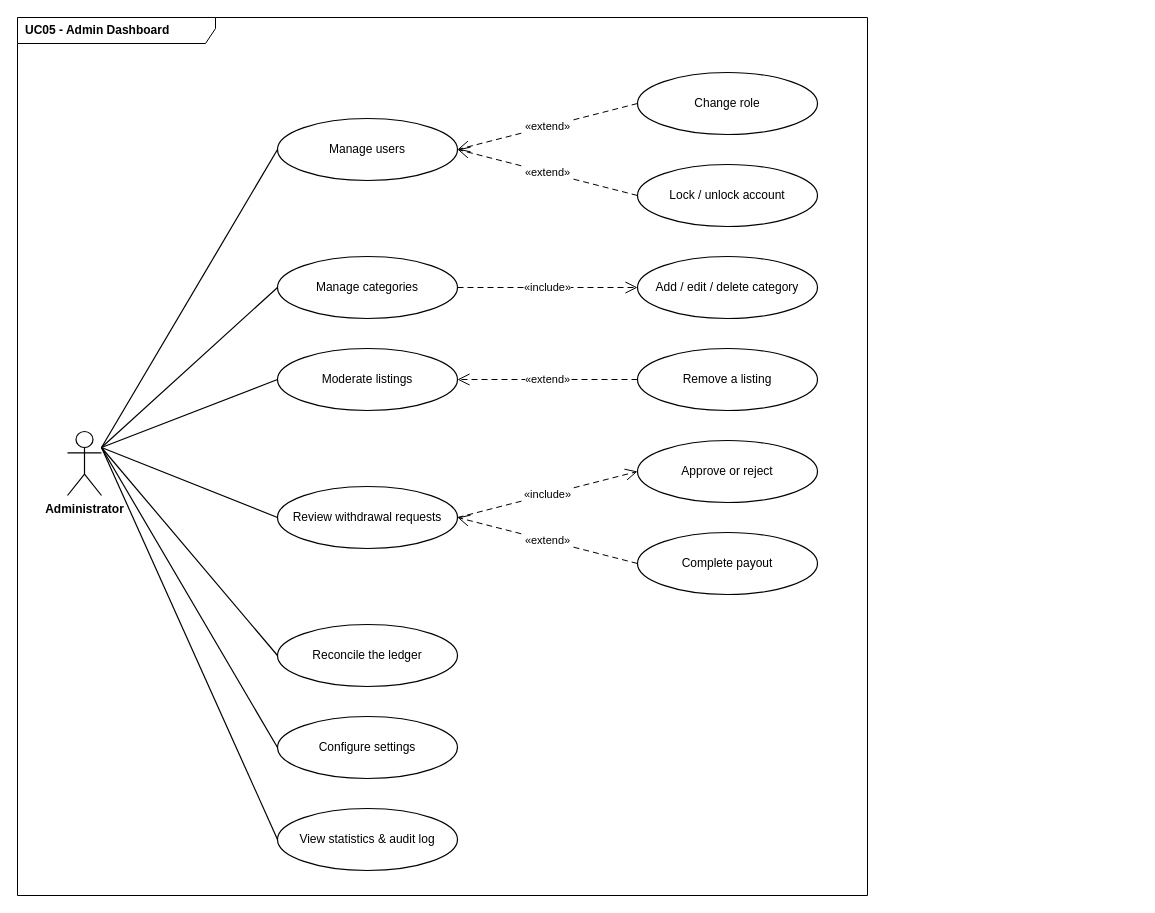
The draw.io diagram page "UC06 - Messaging & Notifications" (7 of 7) of docs/system-design/drawio/05-use-case-diagram.drawio in tdat-dev/Zoldify_Backend, before the edit. Source tidied: cells renumbered, new cells numbered last; positions are measured from the earlier drawing's top-left corner, leaving out a move shared by most shapes. Both pictures are drawn from the tidied source at 100%, with x=0, y=0 at pixel (17, 17).
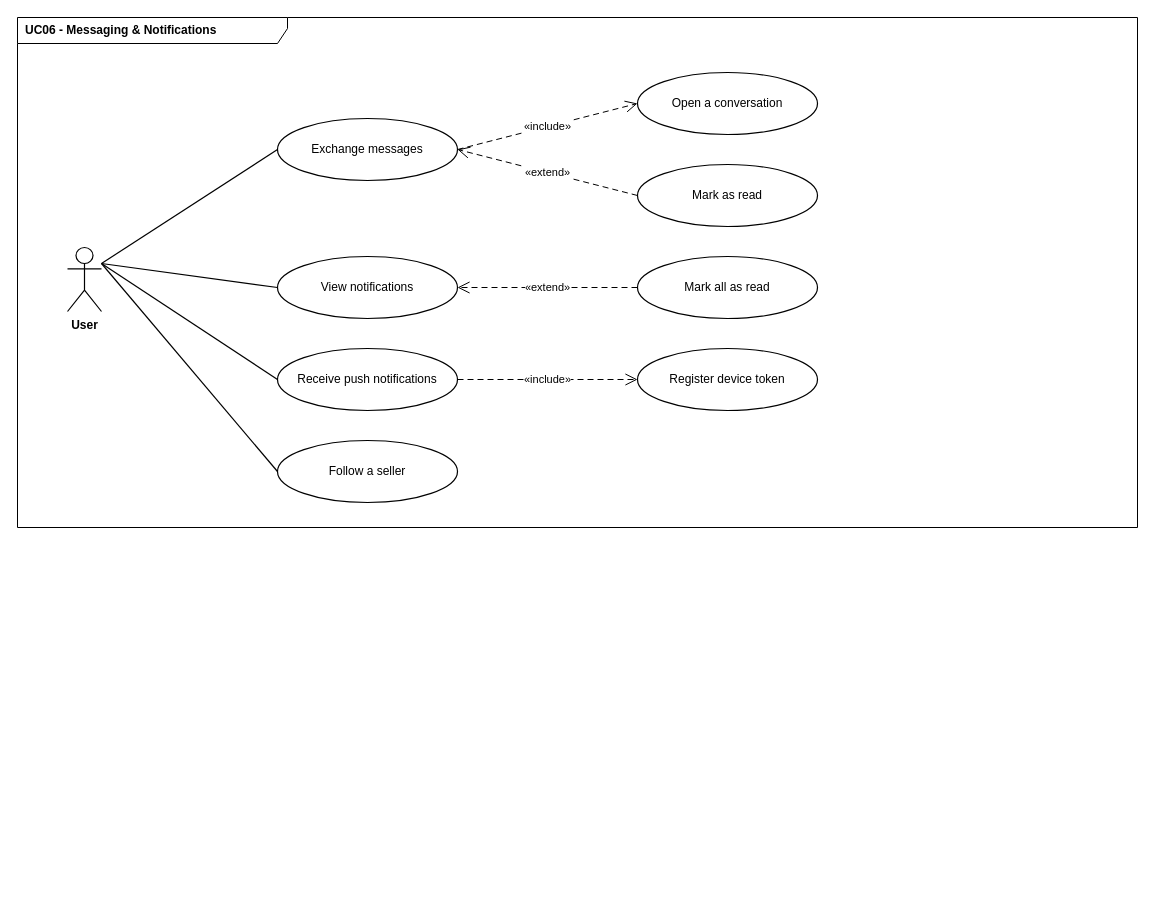
The same page after the edit.

Change to the diagram source:
```diff
@@
-    <mxCell id="2" value="UC05 - Admin Dashboard" style="shape=umlFrame;whiteSpace=wrap;html=1;fillColor=none;strokeColor=#000000;fontSize=12;fontStyle=1;verticalAlign=top;align=left;spacingLeft=6;spacingTop=-1;height=26;fontFamily=Helvetica;fontColor=#000000;width=198;" parent="1" vertex="1">
-      <mxGeometry width="850" height="878" as="geometry" />
+    <mxCell id="2" value="UC06 - Messaging &amp; Notifications" style="shape=umlFrame;whiteSpace=wrap;html=1;fillColor=none;strokeColor=#000000;fontSize=12;fontStyle=1;verticalAlign=top;align=left;spacingLeft=6;spacingTop=-1;height=26;fontFamily=Helvetica;fontColor=#000000;width=270;" parent="1" vertex="1">
+      <mxGeometry width="1120" height="510" as="geometry" />
     </mxCell>
-    <mxCell id="3" value="Administrator" style="shape=umlActor;verticalLabelPosition=bottom;verticalAlign=top;html=1;outlineConnect=0;fontSize=12;fontStyle=1;fillColor=#FFFFFF;strokeColor=#000000;strokeWidth=1.2;fontFamily=Helvetica;fontColor=#000000;" parent="1" vertex="1">
-      <mxGeometry x="50" y="414" width="34" height="64" as="geometry" />
+    <mxCell id="3" value="User" style="shape=umlActor;verticalLabelPosition=bottom;verticalAlign=top;html=1;outlineConnect=0;fontSize=12;fontStyle=1;fillColor=#FFFFFF;strokeColor=#000000;strokeWidth=1.2;fontFamily=Helvetica;fontColor=#000000;" parent="1" vertex="1">
+      <mxGeometry x="50" y="230" width="34" height="64" as="geometry" />
     </mxCell>
-    <mxCell id="4" value="Manage users" style="ellipse;whiteSpace=wrap;html=1;fontSize=12;fillColor=#FFFFFF;strokeColor=#000000;strokeWidth=1.2;spacing=8;fontFamily=Helvetica;fontColor=#000000;" parent="1" vertex="1">
+    <mxCell id="4" value="Exchange messages" style="ellipse;whiteSpace=wrap;html=1;fontSize=12;fillColor=#FFFFFF;strokeColor=#000000;strokeWidth=1.2;spacing=8;fontFamily=Helvetica;fontColor=#000000;" parent="1" vertex="1">
       <mxGeometry x="260" y="101" width="180" height="62" as="geometry" />
     </mxCell>
@@
-    <mxCell id="6" value="Change role" style="ellipse;whiteSpace=wrap;html=1;fontSize=12;fillColor=#FFFFFF;strokeColor=#000000;strokeWidth=1.2;spacing=8;fontFamily=Helvetica;fontColor=#000000;" parent="1" vertex="1">
+    <mxCell id="6" value="Open a conversation" style="ellipse;whiteSpace=wrap;html=1;fontSize=12;fillColor=#FFFFFF;strokeColor=#000000;strokeWidth=1.2;spacing=8;fontFamily=Helvetica;fontColor=#000000;" parent="1" vertex="1">
       <mxGeometry x="620" y="55" width="180" height="62" as="geometry" />
     </mxCell>
-    <mxCell id="7" value="«extend»" style="edgeStyle=none;html=1;rounded=0;dashed=1;dashPattern=6 4;endArrow=open;endFill=0;endSize=10;strokeColor=#000000;strokeWidth=1;fontSize=11;labelBackgroundColor=#FFFFFF;fontFamily=Helvetica;fontColor=#000000;exitX=0;exitY=0.5;exitDx=0;exitDy=0;exitPerimeter=0;entryX=1;entryY=0.5;entryDx=0;entryDy=0;entryPerimeter=0;" parent="1" edge="1" source="6" target="4">
+    <mxCell id="7" value="«include»" style="edgeStyle=none;html=1;rounded=0;dashed=1;dashPattern=6 4;endArrow=open;endFill=0;endSize=10;strokeColor=#000000;strokeWidth=1;fontSize=11;labelBackgroundColor=#FFFFFF;fontFamily=Helvetica;fontColor=#000000;exitX=1;exitY=0.5;exitDx=0;exitDy=0;exitPerimeter=0;entryX=0;entryY=0.5;entryDx=0;entryDy=0;entryPerimeter=0;" parent="1" edge="1" source="4" target="6">
       <mxGeometry relative="1" as="geometry" />
     </mxCell>
-    <mxCell id="8" value="Lock / unlock account" style="ellipse;whiteSpace=wrap;html=1;fontSize=12;fillColor=#FFFFFF;strokeColor=#000000;strokeWidth=1.2;spacing=8;fontFamily=Helvetica;fontColor=#000000;" parent="1" vertex="1">
+    <mxCell id="8" value="Mark as read" style="ellipse;whiteSpace=wrap;html=1;fontSize=12;fillColor=#FFFFFF;strokeColor=#000000;strokeWidth=1.2;spacing=8;fontFamily=Helvetica;fontColor=#000000;" parent="1" vertex="1">
       <mxGeometry x="620" y="147" width="180" height="62" as="geometry" />
     </mxCell>
@@
-    <mxCell id="10" value="Manage categories" style="ellipse;whiteSpace=wrap;html=1;fontSize=12;fillColor=#FFFFFF;strokeColor=#000000;strokeWidth=1.2;spacing=8;fontFamily=Helvetica;fontColor=#000000;" parent="1" vertex="1">
+    <mxCell id="10" value="View notifications" style="ellipse;whiteSpace=wrap;html=1;fontSize=12;fillColor=#FFFFFF;strokeColor=#000000;strokeWidth=1.2;spacing=8;fontFamily=Helvetica;fontColor=#000000;" parent="1" vertex="1">
       <mxGeometry x="260" y="239" width="180" height="62" as="geometry" />
     </mxCell>
@@
-    <mxCell id="12" value="Add / edit / delete category" style="ellipse;whiteSpace=wrap;html=1;fontSize=12;fillColor=#FFFFFF;strokeColor=#000000;strokeWidth=1.2;spacing=8;fontFamily=Helvetica;fontColor=#000000;" parent="1" vertex="1">
+    <mxCell id="12" value="Mark all as read" style="ellipse;whiteSpace=wrap;html=1;fontSize=12;fillColor=#FFFFFF;strokeColor=#000000;strokeWidth=1.2;spacing=8;fontFamily=Helvetica;fontColor=#000000;" parent="1" vertex="1">
       <mxGeometry x="620" y="239" width="180" height="62" as="geometry" />
     </mxCell>
-    <mxCell id="13" value="«include»" style="edgeStyle=none;html=1;rounded=0;dashed=1;dashPattern=6 4;endArrow=open;endFill=0;endSize=10;strokeColor=#000000;strokeWidth=1;fontSize=11;labelBackgroundColor=#FFFFFF;fontFamily=Helvetica;fontColor=#000000;exitX=1;exitY=0.5;exitDx=0;exitDy=0;exitPerimeter=0;entryX=0;entryY=0.5;entryDx=0;entryDy=0;entryPerimeter=0;" parent="1" edge="1" source="10" target="12">
+    <mxCell id="13" value="«extend»" style="edgeStyle=none;html=1;rounded=0;dashed=1;dashPattern=6 4;endArrow=open;endFill=0;endSize=10;strokeColor=#000000;strokeWidth=1;fontSize=11;labelBackgroundColor=#FFFFFF;fontFamily=Helvetica;fontColor=#000000;exitX=0;exitY=0.5;exitDx=0;exitDy=0;exitPerimeter=0;entryX=1;entryY=0.5;entryDx=0;entryDy=0;entryPerimeter=0;" parent="1" edge="1" source="12" target="10">
       <mxGeometry relative="1" as="geometry" />
     </mxCell>
-    <mxCell id="14" value="Moderate listings" style="ellipse;whiteSpace=wrap;html=1;fontSize=12;fillColor=#FFFFFF;strokeColor=#000000;strokeWidth=1.2;spacing=8;fontFamily=Helvetica;fontColor=#000000;" parent="1" vertex="1">
+    <mxCell id="14" value="Receive push notifications" style="ellipse;whiteSpace=wrap;html=1;fontSize=12;fillColor=#FFFFFF;strokeColor=#000000;strokeWidth=1.2;spacing=8;fontFamily=Helvetica;fontColor=#000000;" parent="1" vertex="1">
       <mxGeometry x="260" y="331" width="180" height="62" as="geometry" />
     </mxCell>
@@
-    <mxCell id="16" value="Remove a listing" style="ellipse;whiteSpace=wrap;html=1;fontSize=12;fillColor=#FFFFFF;strokeColor=#000000;strokeWidth=1.2;spacing=8;fontFamily=Helvetica;fontColor=#000000;" parent="1" vertex="1">
+    <mxCell id="16" value="Register device token" style="ellipse;whiteSpace=wrap;html=1;fontSize=12;fillColor=#FFFFFF;strokeColor=#000000;strokeWidth=1.2;spacing=8;fontFamily=Helvetica;fontColor=#000000;" parent="1" vertex="1">
       <mxGeometry x="620" y="331" width="180" height="62" as="geometry" />
     </mxCell>
-    <mxCell id="17" value="«extend»" style="edgeStyle=none;html=1;rounded=0;dashed=1;dashPattern=6 4;endArrow=open;endFill=0;endSize=10;strokeColor=#000000;strokeWidth=1;fontSize=11;labelBackgroundColor=#FFFFFF;fontFamily=Helvetica;fontColor=#000000;exitX=0;exitY=0.5;exitDx=0;exitDy=0;exitPerimeter=0;entryX=1;entryY=0.5;entryDx=0;entryDy=0;entryPerimeter=0;" parent="1" edge="1" source="16" target="14">
+    <mxCell id="17" value="«include»" style="edgeStyle=none;html=1;rounded=0;dashed=1;dashPattern=6 4;endArrow=open;endFill=0;endSize=10;strokeColor=#000000;strokeWidth=1;fontSize=11;labelBackgroundColor=#FFFFFF;fontFamily=Helvetica;fontColor=#000000;exitX=1;exitY=0.5;exitDx=0;exitDy=0;exitPerimeter=0;entryX=0;entryY=0.5;entryDx=0;entryDy=0;entryPerimeter=0;" parent="1" edge="1" source="14" target="16">
       <mxGeometry relative="1" as="geometry" />
     </mxCell>
-    <mxCell id="18" value="Review withdrawal requests" style="ellipse;whiteSpace=wrap;html=1;fontSize=12;fillColor=#FFFFFF;strokeColor=#000000;strokeWidth=1.2;spacing=8;fontFamily=Helvetica;fontColor=#000000;" parent="1" vertex="1">
-      <mxGeometry x="260" y="469" width="180" height="62" as="geometry" />
-    </mxCell>
-    <mxCell id="19" style="edgeStyle=none;html=1;rounded=0;endArrow=none;strokeColor=#000000;strokeWidth=1.2;exitX=1;exitY=0.25;exitDx=0;exitDy=0;exitPerimeter=0;entryX=0;entryY=0.5;entryDx=0;entryDy=0;entryPerimeter=0;" parent="1" edge="1" source="3" target="18">
-      <mxGeometry relative="1" as="geometry" />
-    </mxCell>
-    <mxCell id="20" value="Approve or reject" style="ellipse;whiteSpace=wrap;html=1;fontSize=12;fillColor=#FFFFFF;strokeColor=#000000;strokeWidth=1.2;spacing=8;fontFamily=Helvetica;fontColor=#000000;" parent="1" vertex="1">
-      <mxGeometry x="620" y="423" width="180" height="62" as="geometry" />
-    </mxCell>
-    <mxCell id="21" value="«include»" style="edgeStyle=none;html=1;rounded=0;dashed=1;dashPattern=6 4;endArrow=open;endFill=0;endSize=10;strokeColor=#000000;strokeWidth=1;fontSize=11;labelBackgroundColor=#FFFFFF;fontFamily=Helvetica;fontColor=#000000;exitX=1;exitY=0.5;exitDx=0;exitDy=0;exitPerimeter=0;entryX=0;entryY=0.5;entryDx=0;entryDy=0;entryPerimeter=0;" parent="1" edge="1" source="18" target="20">
-      <mxGeometry relative="1" as="geometry" />
-    </mxCell>
-    <mxCell id="22" value="Complete payout" style="ellipse;whiteSpace=wrap;html=1;fontSize=12;fillColor=#FFFFFF;strokeColor=#000000;strokeWidth=1.2;spacing=8;fontFamily=Helvetica;fontColor=#000000;" parent="1" vertex="1">
-      <mxGeometry x="620" y="515" width="180" height="62" as="geometry" />
-    </mxCell>
-    <mxCell id="23" value="«extend»" style="edgeStyle=none;html=1;rounded=0;dashed=1;dashPattern=6 4;endArrow=open;endFill=0;endSize=10;strokeColor=#000000;strokeWidth=1;fontSize=11;labelBackgroundColor=#FFFFFF;fontFamily=Helvetica;fontColor=#000000;exitX=0;exitY=0.5;exitDx=0;exitDy=0;exitPerimeter=0;entryX=1;entryY=0.5;entryDx=0;entryDy=0;entryPerimeter=0;" parent="1" edge="1" source="22" target="18">
-      <mxGeometry relative="1" as="geometry" />
-    </mxCell>
-    <mxCell id="24" value="Reconcile the ledger" style="ellipse;whiteSpace=wrap;html=1;fontSize=12;fillColor=#FFFFFF;strokeColor=#000000;strokeWidth=1.2;spacing=8;fontFamily=Helvetica;fontColor=#000000;" parent="1" vertex="1">
-      <mxGeometry x="260" y="607" width="180" height="62" as="geometry" />
-    </mxCell>
-    <mxCell id="25" style="edgeStyle=none;html=1;rounded=0;endArrow=none;strokeColor=#000000;strokeWidth=1.2;exitX=1;exitY=0.25;exitDx=0;exitDy=0;exitPerimeter=0;entryX=0;entryY=0.5;entryDx=0;entryDy=0;entryPerimeter=0;" parent="1" edge="1" source="3" target="24">
-      <mxGeometry relative="1" as="geometry" />
-    </mxCell>
-    <mxCell id="26" value="Configure settings" style="ellipse;whiteSpace=wrap;html=1;fontSize=12;fillColor=#FFFFFF;strokeColor=#000000;strokeWidth=1.2;spacing=8;fontFamily=Helvetica;fontColor=#000000;" parent="1" vertex="1">
-      <mxGeometry x="260" y="699" width="180" height="62" as="geometry" />
-    </mxCell>
-    <mxCell id="27" style="edgeStyle=none;html=1;rounded=0;endArrow=none;strokeColor=#000000;strokeWidth=1.2;exitX=1;exitY=0.25;exitDx=0;exitDy=0;exitPerimeter=0;entryX=0;entryY=0.5;entryDx=0;entryDy=0;entryPerimeter=0;" parent="1" edge="1" source="3" target="26">
-      <mxGeometry relative="1" as="geometry" />
-    </mxCell>
-    <mxCell id="28" value="View statistics &amp; audit log" style="ellipse;whiteSpace=wrap;html=1;fontSize=12;fillColor=#FFFFFF;strokeColor=#000000;strokeWidth=1.2;spacing=8;fontFamily=Helvetica;fontColor=#000000;" parent="1" vertex="1">
-      <mxGeometry x="260" y="791" width="180" height="62" as="geometry" />
-    </mxCell>
-    <mxCell id="29" style="edgeStyle=none;html=1;rounded=0;endArrow=none;strokeColor=#000000;strokeWidth=1.2;exitX=1;exitY=0.25;exitDx=0;exitDy=0;exitPerimeter=0;entryX=0;entryY=0.5;entryDx=0;entryDy=0;entryPerimeter=0;" parent="1" edge="1" source="3" target="28">
-      <mxGeometry relative="1" as="geometry" />
-    </mxCell>
+    <mxCell id="30" value="Follow a seller" style="ellipse;whiteSpace=wrap;html=1;fontSize=12;fillColor=#FFFFFF;strokeColor=#000000;strokeWidth=1.2;spacing=8;fontFamily=Helvetica;fontColor=#000000;" parent="1" vertex="1">
+      <mxGeometry x="260" y="423" width="180" height="62" as="geometry" />
+    </mxCell>
+    <mxCell id="31" style="edgeStyle=none;html=1;rounded=0;endArrow=none;strokeColor=#000000;strokeWidth=1.2;exitX=1;exitY=0.25;exitDx=0;exitDy=0;exitPerimeter=0;entryX=0;entryY=0.5;entryDx=0;entryDy=0;entryPerimeter=0;" parent="1" edge="1" source="3" target="30">
+      <mxGeometry relative="1" as="geometry" />
+    </mxCell>
```
